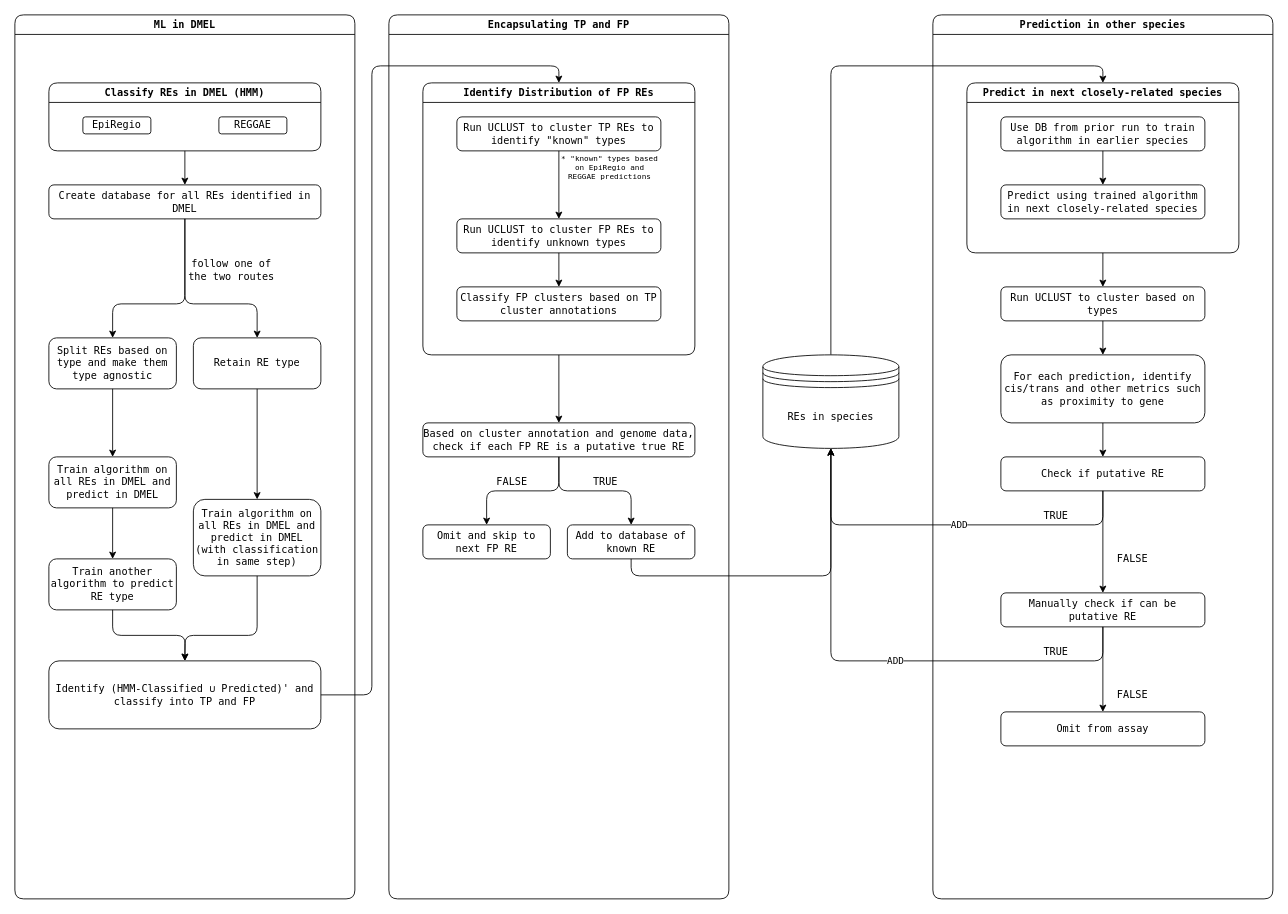
Above: re_prediction/re_prediction.drawio in chinmayprele/science_flowcharts (draw.io), before the change. Source tidied: cells renumbered, new cells numbered last; positions are measured from the earlier drawing's top-left corner, leaving out a move shared by most shapes. Both pictures are drawn from the tidied source at 85%, with x=0, y=0 at pixel (14, 14).
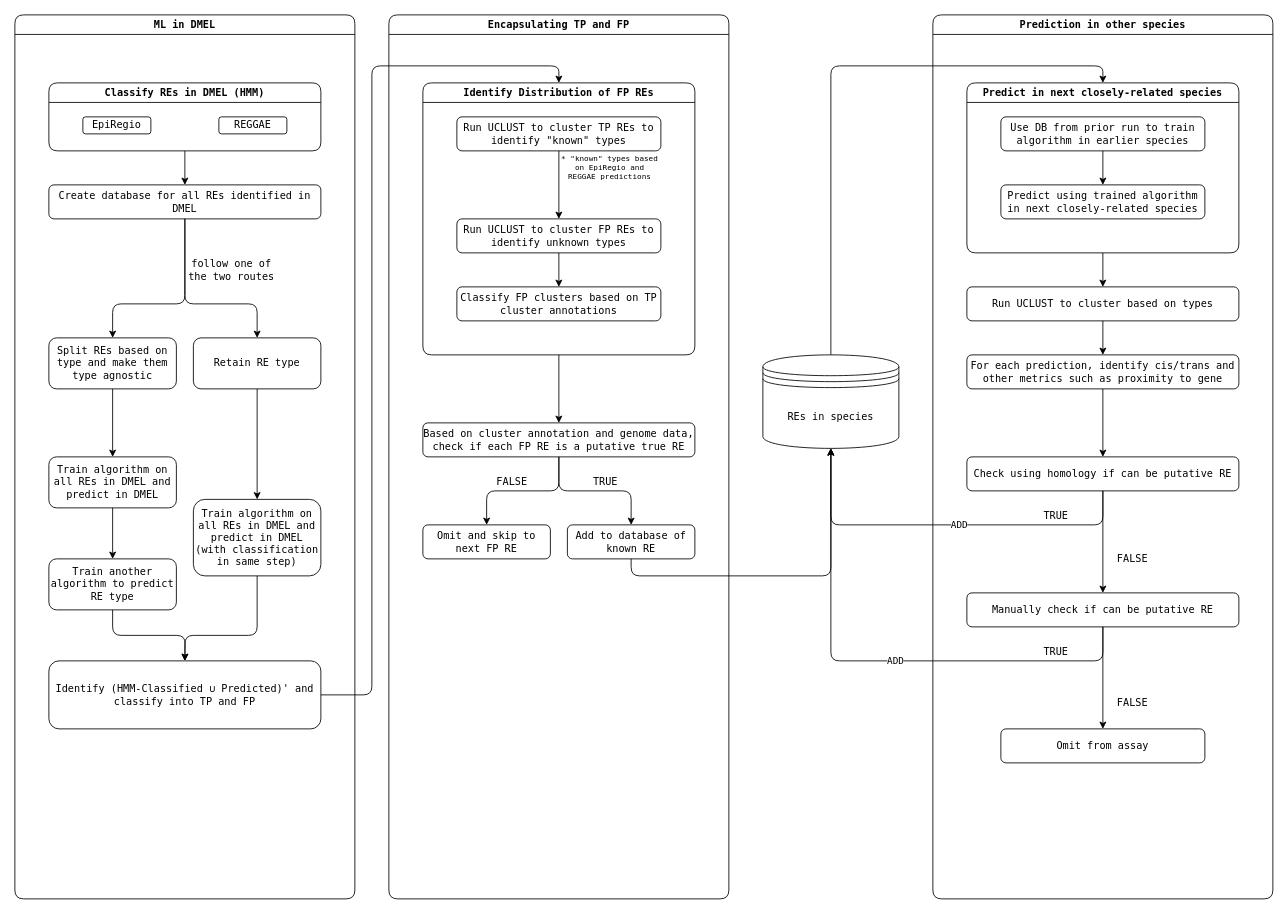
Above is the later version.

The change refers to these unchanged cells:
```xml
<mxCell id="42" value="Prediction in other species" style="swimlane;fontFamily=Monaco;rounded=1;" parent="1" vertex="1">
  <mxGeometry x="1080" width="400" height="1040" as="geometry" />
</mxCell>
```

Change to the diagram source:
```diff
@@
     <mxCell id="49" value="Run UCLUST to cluster based on types" style="rounded=1;whiteSpace=wrap;html=1;fontFamily=Monaco;fillColor=none;" parent="42" vertex="1">
-      <mxGeometry x="80" y="320" width="240" height="40" as="geometry" />
+      <mxGeometry x="40" y="320" width="320" height="40" as="geometry" />
     </mxCell>
@@
     <mxCell id="51" value="For each prediction, identify cis/trans and other metrics such as proximity to gene" style="rounded=1;whiteSpace=wrap;html=1;fontFamily=Monaco;fillColor=none;" parent="42" vertex="1">
-      <mxGeometry x="80" y="400" width="240" height="80" as="geometry" />
+      <mxGeometry x="40" y="400" width="320" height="40" as="geometry" />
     </mxCell>
@@
-    <mxCell id="53" value="Check if putative RE" style="rounded=1;whiteSpace=wrap;html=1;fontFamily=Monaco;fillColor=none;" parent="42" vertex="1">
-      <mxGeometry x="80" y="520" width="240" height="40" as="geometry" />
+    <mxCell id="53" value="Check using homology if can be putative RE" style="rounded=1;whiteSpace=wrap;html=1;fontFamily=Monaco;fillColor=none;" parent="42" vertex="1">
+      <mxGeometry x="40" y="520" width="320" height="40" as="geometry" />
     </mxCell>
@@
     <mxCell id="56" value="Manually check if can be putative RE" style="rounded=1;whiteSpace=wrap;html=1;fontFamily=Monaco;fillColor=none;" parent="42" vertex="1">
-      <mxGeometry x="80" y="680" width="240" height="40" as="geometry" />
+      <mxGeometry x="40" y="680" width="320" height="40" as="geometry" />
     </mxCell>
@@
     <mxCell id="58" value="Omit from assay" style="rounded=1;whiteSpace=wrap;html=1;fontFamily=Monaco;fillColor=none;" parent="42" vertex="1">
-      <mxGeometry x="80" y="820" width="240" height="40" as="geometry" />
+      <mxGeometry x="80" y="840" width="240" height="40" as="geometry" />
     </mxCell>
     <mxCell id="59" value="&lt;font face=&quot;Monaco&quot;&gt;FALSE&lt;/font&gt;" style="text;html=1;strokeColor=none;fillColor=none;align=center;verticalAlign=middle;whiteSpace=wrap;rounded=0;" parent="42" vertex="1">
-      <mxGeometry x="200" y="790" width="70" height="20" as="geometry" />
+      <mxGeometry x="200" y="800" width="70" height="20" as="geometry" />
     </mxCell>
```
